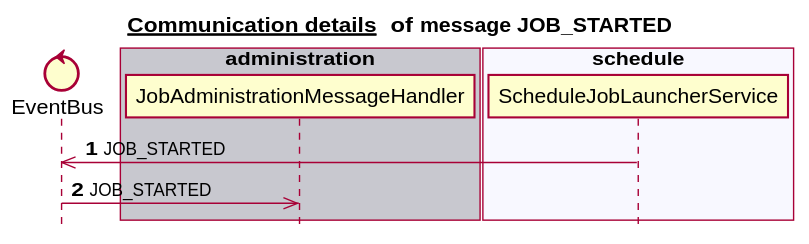
mercedes-benz/sechub keeps this PlantUML diagram as docs/latest/images/gen_domain_messaging_job_started.svg. Above is the earlier version.
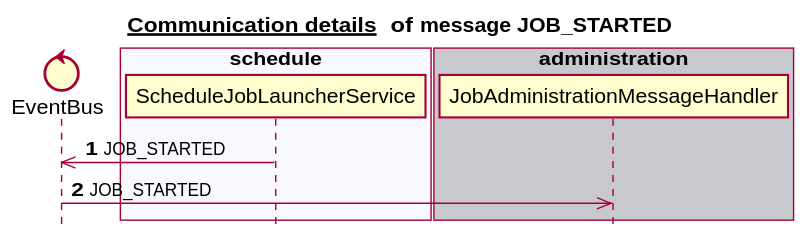
After the commit.

Change to the diagram source:
```diff
@@ -6,17 +6,17 @@
 
 
 control EventBus
-box "notification" #C8C8CF
-end box
-box "authorization" #F8F8FF
-end box
-box "administration" #C8C8CF
-   participant JobAdministrationMessageHandler
+box "scan" #C8C8CF
 end box
 box "schedule" #F8F8FF
    participant ScheduleJobLauncherService
 end box
-box "scan" #C8C8CF
+box "authorization" #C8C8CF
+end box
+box "notification" #F8F8FF
+end box
+box "administration" #C8C8CF
+   participant JobAdministrationMessageHandler
 end box
 autonumber 1
 ScheduleJobLauncherService ->> EventBus:JOB_STARTED
```
